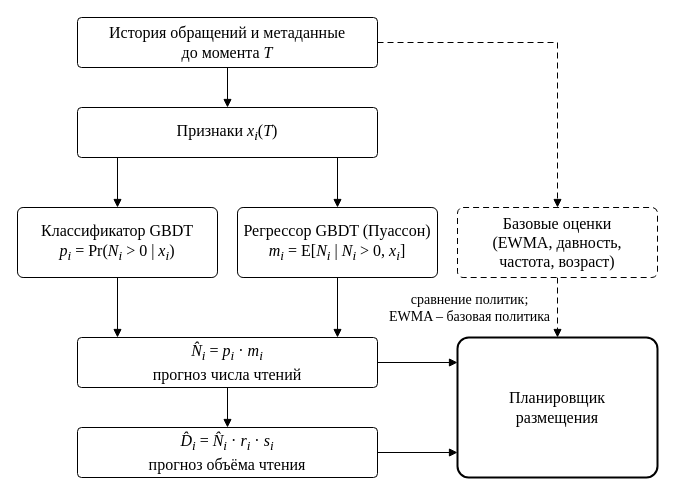
Before: 40 - Projects/Диплом/images/src/forecast_model.drawio in WithSoull/obsidian, a draw.io diagram. Source tidied: cells renumbered, new cells numbered last; positions are measured from the earlier drawing's top-left corner, leaving out a move shared by most shapes. Both pictures are drawn from the tidied source at 100%, with x=0, y=0 at pixel (17, 17).
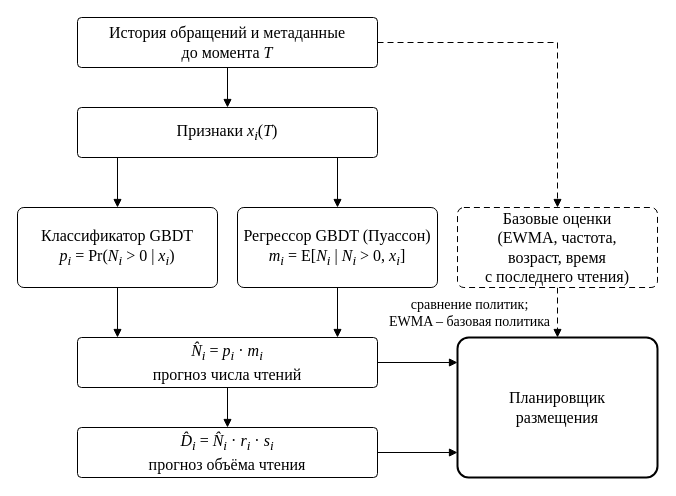
The same diagram, later.

Diff of the diagram source:
```diff
@@
     <mxCell id="14" value="Классификатор GBDT&lt;br&gt;&lt;i&gt;p&lt;sub&gt;i&lt;/sub&gt;&lt;/i&gt; = Pr(&lt;i&gt;N&lt;sub&gt;i&lt;/sub&gt;&lt;/i&gt; &amp;gt; 0 | &lt;i&gt;x&lt;sub&gt;i&lt;/sub&gt;&lt;/i&gt;)" style="rounded=1;arcSize=8;whiteSpace=wrap;html=1;fillColor=#FFFFFF;strokeColor=#000000;fontFamily=Times New Roman;fontSize=16;fontColor=#000000;" parent="1" vertex="1">
-      <mxGeometry y="190" width="200" height="70" as="geometry" />
+      <mxGeometry y="190" width="200" height="80" as="geometry" />
     </mxCell>
     <mxCell id="15" value="Регрессор GBDT (Пуассон)&lt;br&gt;&lt;i&gt;m&lt;sub&gt;i&lt;/sub&gt;&lt;/i&gt; = E[&lt;i&gt;N&lt;sub&gt;i&lt;/sub&gt;&lt;/i&gt; | &lt;i&gt;N&lt;sub&gt;i&lt;/sub&gt;&lt;/i&gt; &amp;gt; 0, &lt;i&gt;x&lt;sub&gt;i&lt;/sub&gt;&lt;/i&gt;]" style="rounded=1;arcSize=8;whiteSpace=wrap;html=1;fillColor=#FFFFFF;strokeColor=#000000;fontFamily=Times New Roman;fontSize=16;fontColor=#000000;" parent="1" vertex="1">
-      <mxGeometry x="220" y="190" width="200" height="70" as="geometry" />
+      <mxGeometry x="220" y="190" width="200" height="80" as="geometry" />
     </mxCell>
-    <mxCell id="16" value="Базовые оценки&lt;br&gt;(EWMA, давность,&lt;br&gt;частота, возраст)" style="rounded=1;arcSize=8;whiteSpace=wrap;html=1;fillColor=#FFFFFF;strokeColor=#000000;dashed=1;dashPattern=6 4;fontFamily=Times New Roman;fontSize=16;fontColor=#000000;" parent="1" vertex="1">
-      <mxGeometry x="440" y="190" width="200" height="70" as="geometry" />
+    <mxCell id="16" value="Базовые оценки&lt;br&gt;(EWMA, частота,&lt;br&gt;возраст, время&lt;br&gt;с последнего чтения)" style="rounded=1;arcSize=8;whiteSpace=wrap;html=1;fillColor=#FFFFFF;strokeColor=#000000;dashed=1;dashPattern=6 4;fontFamily=Times New Roman;fontSize=16;fontColor=#000000;" parent="1" vertex="1">
+      <mxGeometry x="440" y="190" width="200" height="80" as="geometry" />
     </mxCell>
```
